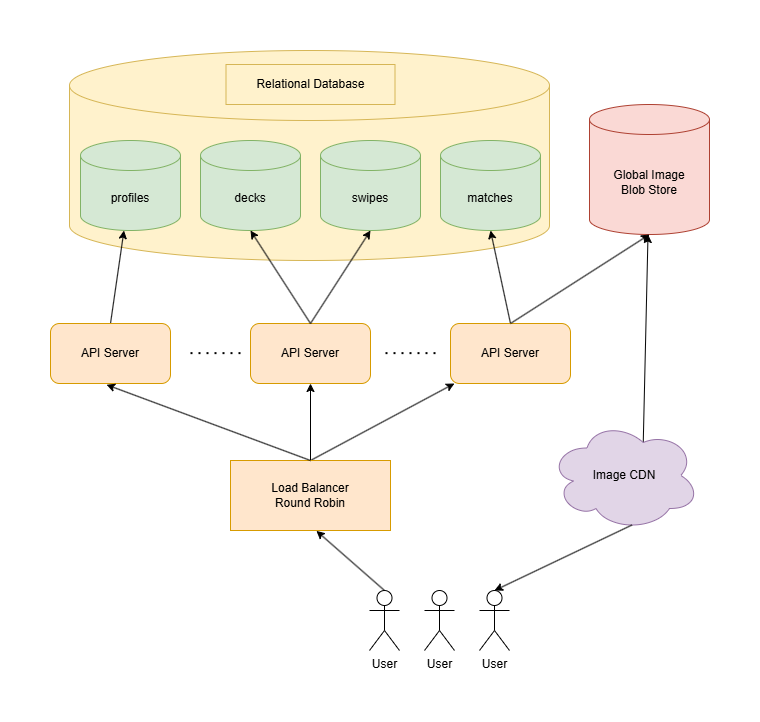
This is SystemsExpert/Design Tinder/design-tinder.png from alejosilvalau/coding-interview-prep, a draw.io export, as it was before one commit. Source tidied: cells renumbered, new cells last; positions are measured from the earlier drawing's top-left corner, leaving out a move shared by most shapes.
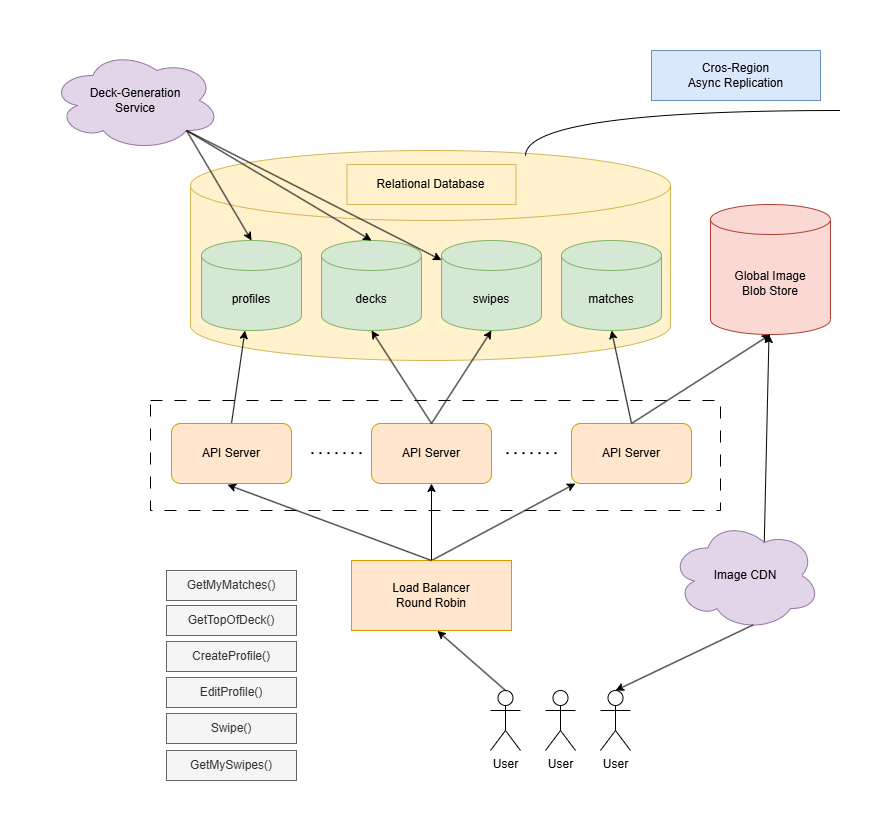
The same file after the commit.

Commit message:
Finished with the tinderr system design

Diff of the diagram source:
```diff
@@ -2,6 +2,9 @@
   <root>
     <mxCell id="0" />
     <mxCell id="1" parent="0" />
+    <mxCell id="30" style="rounded=0;whiteSpace=wrap;html=1;fillColor=none;dashed=1;dashPattern=12 12;" parent="1" vertex="1">
+      <mxGeometry x="-21" y="250" width="570" height="110" as="geometry" />
+    </mxCell>
     <mxCell id="2" style="strokeWidth=1;html=1;shape=mxgraph.flowchart.database;whiteSpace=wrap;fillColor=#fff2cc;strokeColor=#d6b656;" parent="1" vertex="1">
       <mxGeometry x="19" width="480" height="210" as="geometry" />
     </mxCell>
@@ -92,5 +95,47 @@
     <mxCell id="29" style="rounded=0;jettySize=auto;html=1;exitX=0.5;exitY=0;exitDx=0;exitDy=0;entryX=0.5;entryY=1;entryDx=0;entryDy=0;entryPerimeter=0;" parent="1" edge="1" source="11" target="23">
       <mxGeometry relative="1" as="geometry" />
     </mxCell>
+    <mxCell id="31" style="rounded=0;jettySize=auto;html=1;exitX=0.8;exitY=0.8;exitDx=0;exitDy=0;exitPerimeter=0;" parent="1" edge="1" source="32" target="24">
+      <mxGeometry relative="1" as="geometry" />
+    </mxCell>
+    <mxCell id="32" value="Deck-Generation&lt;div&gt;Service&lt;/div&gt;" style="ellipse;shape=cloud;whiteSpace=wrap;html=1;fillColor=#e1d5e7;strokeColor=#9673a6;" parent="1" vertex="1">
+      <mxGeometry x="-121" y="-100" width="170" height="100" as="geometry" />
+    </mxCell>
+    <mxCell id="33" style="rounded=0;jettySize=auto;html=1;exitX=0.8;exitY=0.8;exitDx=0;exitDy=0;exitPerimeter=0;entryX=0.5;entryY=0;entryDx=0;entryDy=0;entryPerimeter=0;" parent="1" edge="1" source="32" target="22">
+      <mxGeometry relative="1" as="geometry" />
+    </mxCell>
+    <mxCell id="34" style="rounded=0;jettySize=auto;html=1;exitX=0.8;exitY=0.8;exitDx=0;exitDy=0;exitPerimeter=0;entryX=0.5;entryY=0;entryDx=0;entryDy=0;entryPerimeter=0;" parent="1" edge="1" source="32" target="23">
+      <mxGeometry relative="1" as="geometry" />
+    </mxCell>
+    <mxCell id="35" style="endArrow=none;html=1;rounded=0;edgeStyle=orthogonalEdgeStyle;curved=1;entryX=0.698;entryY=0.025;entryDx=0;entryDy=0;entryPerimeter=0;" parent="1" edge="1" target="2">
+      <mxGeometry relative="1" as="geometry">
+        <mxPoint x="669" y="-40" as="sourcePoint" />
+        <Array as="points">
+          <mxPoint x="669" y="-40" />
+          <mxPoint x="354" y="-40" />
+        </Array>
+      </mxGeometry>
+    </mxCell>
+    <mxCell id="36" value="Cros-Region&lt;div&gt;Async Replication&lt;/div&gt;" style="rounded=0;whiteSpace=wrap;html=1;fillColor=#dae8fc;strokeColor=#6c8ebf;" parent="1" vertex="1">
+      <mxGeometry x="480" y="-100" width="169" height="50" as="geometry" />
+    </mxCell>
+    <mxCell id="37" value="GetMyMatches()" style="rounded=0;whiteSpace=wrap;html=1;fillColor=#f5f5f5;fontColor=#333333;strokeColor=#666666;" parent="1" vertex="1">
+      <mxGeometry x="-5" y="420" width="130" height="30" as="geometry" />
+    </mxCell>
+    <mxCell id="38" value="GetTopOfDeck()" style="rounded=0;whiteSpace=wrap;html=1;fillColor=#f5f5f5;fontColor=#333333;strokeColor=#666666;" parent="1" vertex="1">
+      <mxGeometry x="-5" y="455" width="130" height="30" as="geometry" />
+    </mxCell>
+    <mxCell id="39" value="CreateProfile()" style="rounded=0;whiteSpace=wrap;html=1;fillColor=#f5f5f5;fontColor=#333333;strokeColor=#666666;" parent="1" vertex="1">
+      <mxGeometry x="-5" y="491" width="130" height="30" as="geometry" />
+    </mxCell>
+    <mxCell id="40" value="EditProfile()" style="rounded=0;whiteSpace=wrap;html=1;fillColor=#f5f5f5;fontColor=#333333;strokeColor=#666666;" parent="1" vertex="1">
+      <mxGeometry x="-5" y="527" width="130" height="30" as="geometry" />
+    </mxCell>
+    <mxCell id="41" value="Swipe()" style="rounded=0;whiteSpace=wrap;html=1;fillColor=#f5f5f5;fontColor=#333333;strokeColor=#666666;" parent="1" vertex="1">
+      <mxGeometry x="-5" y="563" width="130" height="30" as="geometry" />
+    </mxCell>
+    <mxCell id="42" value="GetMySwipes()" style="rounded=0;whiteSpace=wrap;html=1;fillColor=#f5f5f5;fontColor=#333333;strokeColor=#666666;" parent="1" vertex="1">
+      <mxGeometry x="-5" y="600" width="130" height="30" as="geometry" />
+    </mxCell>
   </root>
 </mxGraphModel>
```
